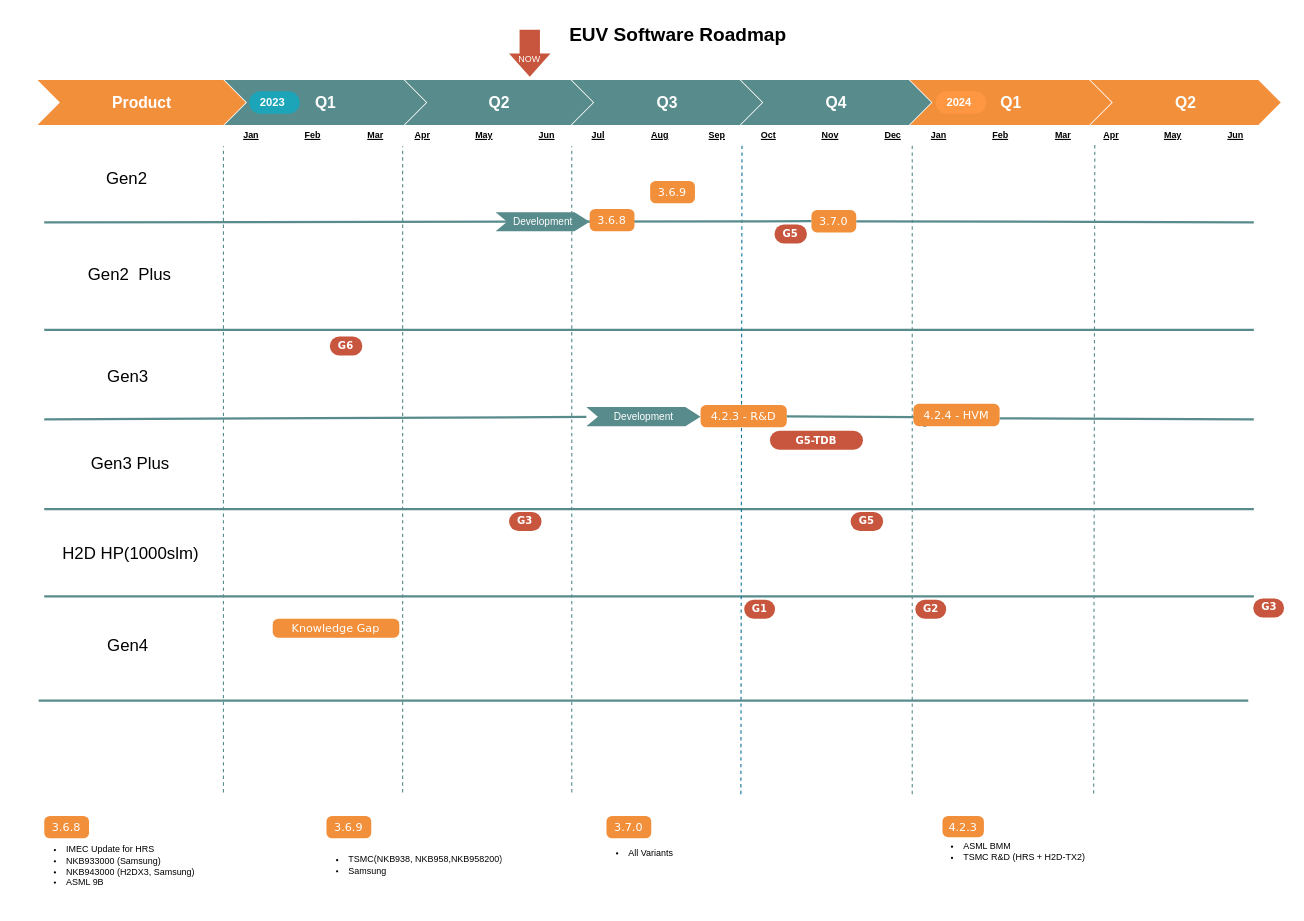
The draw.io diagram page "EUV" (1 of 8) of 0.Project Roadmap.drawio in EdwardsKorea/CommonDrawIO, before the edit. Source tidied: cells renumbered, new cells numbered last; positions are measured from the earlier drawing's top-left corner, leaving out a move shared by most shapes. Both pictures are drawn from the tidied source at 112%, with x=0, y=0 at pixel (19, 19).
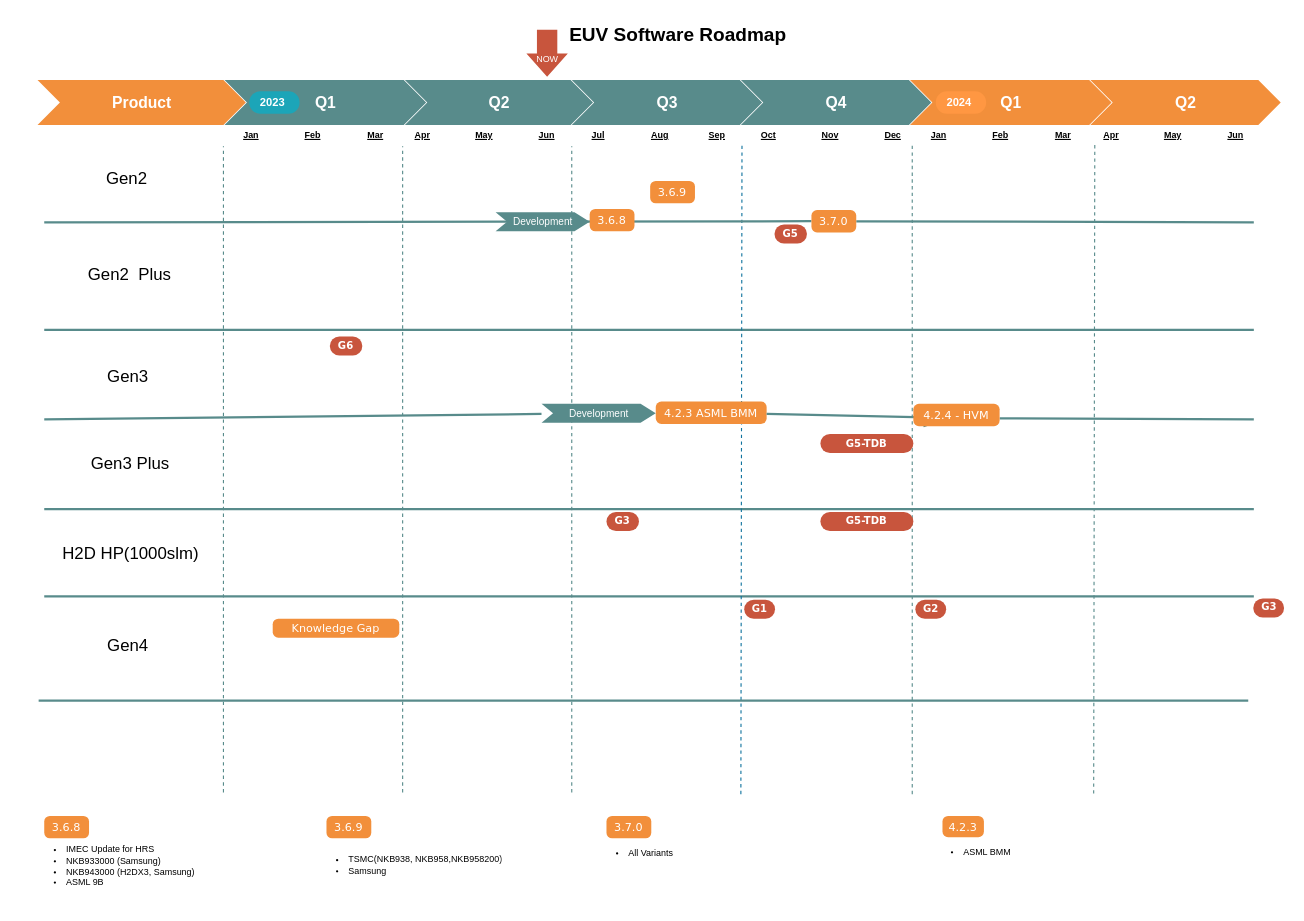
Above is the later version.

Diff of the diagram source:
```diff
@@
     <mxCell id="29" value="&lt;br&gt;NOW" style="shape=singleArrow;direction=south;whiteSpace=wrap;html=1;labelBackgroundColor=none;strokeColor=none;fontFamily=Helvetica;fontSize=8;fontColor=#FFFFFF;fillColor=#c8553d;arrowWidth=0.4911463187325298;arrowSize=0.49521072796935545;" parent="1" vertex="1">
-      <mxGeometry x="437" y="9" width="37" height="42" as="geometry" />
+      <mxGeometry x="452.5" y="9" width="37" height="42" as="geometry" />
     </mxCell>
@@
     <mxCell id="57" value="G5-TDB" style="rounded=1;whiteSpace=wrap;html=1;arcSize=50;strokeColor=none;strokeWidth=1;fillColor=#c8553d;fontColor=#FFFFFF;whiteSpace=wrap;align=center;verticalAlign=middle;spacingLeft=0;fontStyle=1;fontSize=9;spacing=10;fontFamily=Verdana;" parent="1" vertex="1">
-      <mxGeometry x="670" y="367" width="83" height="17" as="geometry" />
+      <mxGeometry x="715" y="370" width="83" height="17" as="geometry" />
     </mxCell>
     <mxCell id="58" value="G3" style="rounded=1;whiteSpace=wrap;html=1;arcSize=50;strokeColor=none;strokeWidth=1;fillColor=#c8553d;fontColor=#FFFFFF;whiteSpace=wrap;align=center;verticalAlign=middle;spacingLeft=0;fontStyle=1;fontSize=9;spacing=10;fontFamily=Verdana;" parent="1" vertex="1">
-      <mxGeometry x="437" y="439.6" width="29" height="17" as="geometry" />
+      <mxGeometry x="524" y="439.6" width="29" height="17" as="geometry" />
     </mxCell>
-    <mxCell id="59" value="G5" style="rounded=1;whiteSpace=wrap;html=1;arcSize=50;strokeColor=none;strokeWidth=1;fillColor=#c8553d;fontColor=#FFFFFF;whiteSpace=wrap;align=center;verticalAlign=middle;spacingLeft=0;fontStyle=1;fontSize=9;spacing=10;fontFamily=Verdana;" parent="1" vertex="1">
-      <mxGeometry x="742" y="439.6" width="29" height="17" as="geometry" />
-    </mxCell>
@@
-    <mxCell id="66" value="&lt;ul&gt;&lt;li&gt;ASML BMM&lt;/li&gt;&lt;li&gt;TSMC R&amp;amp;D (HRS + H2D-TX2)&lt;/li&gt;&lt;/ul&gt;" style="text;strokeColor=none;fillColor=none;html=1;whiteSpace=wrap;verticalAlign=middle;overflow=hidden;fontSize=8;fontFamily=Helvetica;fontColor=#000000;labelPosition=center;verticalLabelPosition=middle;align=left;" parent="1" vertex="1">
+    <mxCell id="66" value="&lt;ul&gt;&lt;li&gt;ASML BMM&lt;/li&gt;&lt;/ul&gt;" style="text;strokeColor=none;fillColor=none;html=1;whiteSpace=wrap;verticalAlign=middle;overflow=hidden;fontSize=8;fontFamily=Helvetica;fontColor=#000000;labelPosition=center;verticalLabelPosition=middle;align=left;" parent="1" vertex="1">
       <mxGeometry x="801" y="723" width="241" height="40" as="geometry" />
     </mxCell>
@@
-    <mxCell id="68" value="4.2.3 - R&amp;amp;D" style="html=1;shadow=0;dashed=0;shape=mxgraph.bootstrap.rrect;rSize=5;strokeColor=none;strokeWidth=1;fillColor=#F28f3b;fontColor=#FFFFFF;whiteSpace=wrap;align=center;verticalAlign=middle;spacingLeft=0;fontStyle=0;fontSize=10;spacing=5;fontFamily=Verdana;labelBackgroundColor=none;" parent="1" vertex="1">
-      <mxGeometry x="608" y="344" width="77" height="20" as="geometry" />
+    <mxCell id="68" value="4.2.3 ASML BMM" style="html=1;shadow=0;dashed=0;shape=mxgraph.bootstrap.rrect;rSize=5;strokeColor=none;strokeWidth=1;fillColor=#F28f3b;fontColor=#FFFFFF;whiteSpace=wrap;align=center;verticalAlign=middle;spacingLeft=0;fontStyle=0;fontSize=10;spacing=5;fontFamily=Verdana;labelBackgroundColor=none;" parent="1" vertex="1">
+      <mxGeometry x="568" y="341" width="99" height="20" as="geometry" />
     </mxCell>
@@
     <mxCell id="71" value="Development" style="html=1;shape=mxgraph.infographic.ribbonSimple;notch1=10.29;notch2=13.57;fillColor=#588b8b;strokeColor=none;align=center;verticalAlign=middle;fontColor=#ffffff;fontSize=9;fontStyle=0;rounded=0;" parent="1" vertex="1">
-      <mxGeometry x="506" y="346" width="102" height="17" as="geometry" />
+      <mxGeometry x="466" y="343" width="102" height="17" as="geometry" />
     </mxCell>
@@
+    <mxCell id="78" value="G5-TDB" style="rounded=1;whiteSpace=wrap;html=1;arcSize=50;strokeColor=none;strokeWidth=1;fillColor=#c8553d;fontColor=#FFFFFF;whiteSpace=wrap;align=center;verticalAlign=middle;spacingLeft=0;fontStyle=1;fontSize=9;spacing=10;fontFamily=Verdana;" parent="1" vertex="1">
+      <mxGeometry x="715" y="439.6" width="83" height="17" as="geometry" />
+    </mxCell>
```
